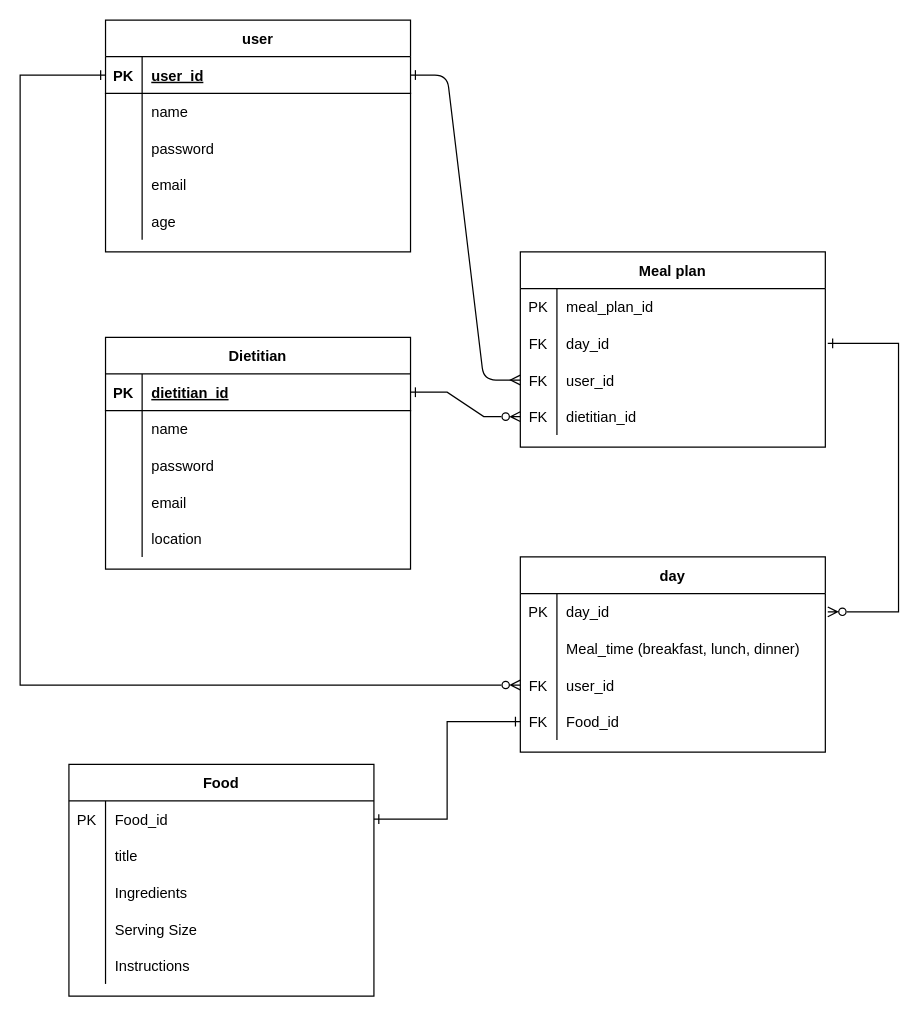
Earlier version of the draw.io diagram Recipe_api.drawio (BenDavies1218/BenjaminDavies_T2A2). Source tidied: cells renumbered, new cells numbered last; positions are measured from the earlier drawing's top-left corner, leaving out a move shared by most shapes. Both pictures are drawn from the tidied source at 122%, with x=0, y=0 at pixel (20, 20).
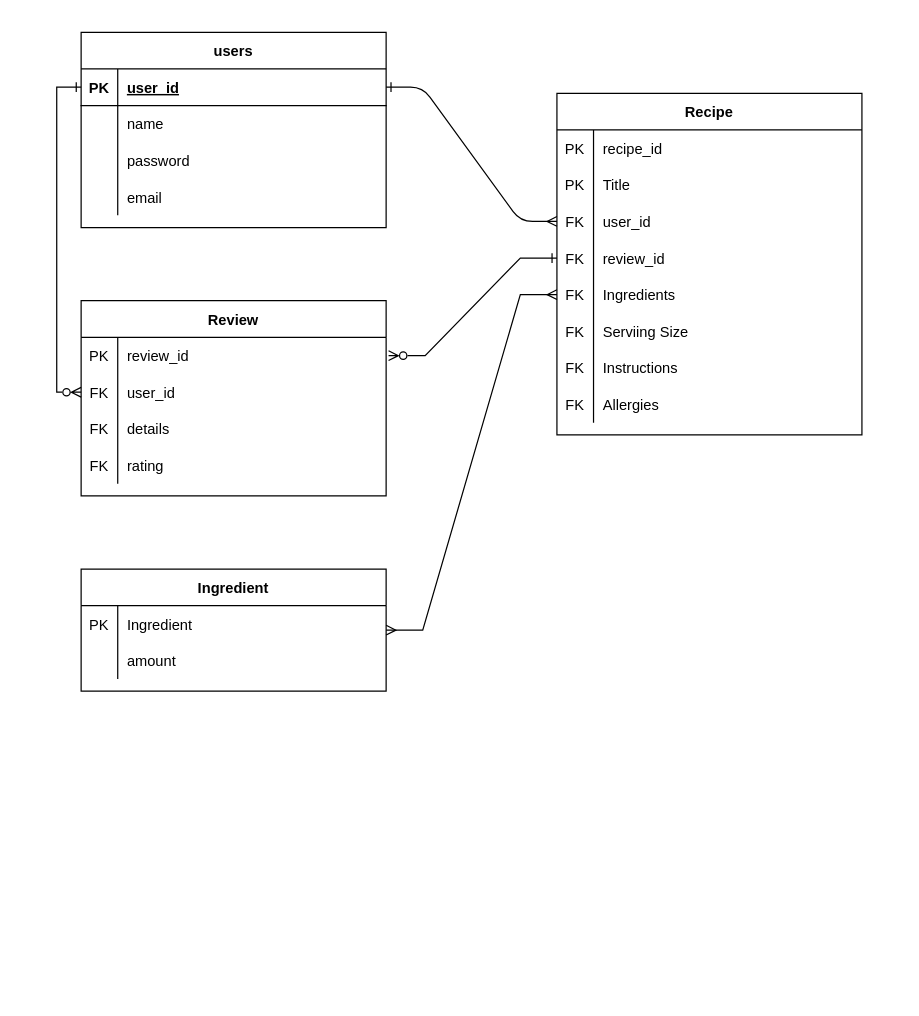
Above is the later version.

The change refers to these unchanged cells:
```xml
<mxCell id="4" style="shape=partialRectangle;fillColor=none;top=0;left=0;right=0;bottom=0;perimeterSpacing=2;" parent="3" vertex="1">
  <mxGeometry y="30" width="250" height="30" as="geometry" />
</mxCell>
<mxCell id="7" style="shape=partialRectangle;fillColor=none;points=[[0,0.5],[1,0.5]];portConstraint=eastwest;top=0;left=0;right=0;bottom=0;perimeterSpacing=2;" parent="3" vertex="1">
  <mxGeometry y="60" width="250" height="30" as="geometry" />
</mxCell>
<mxCell id="17" style="shape=partialRectangle;fillColor=none;points=[[0,0.5],[1,0.5]];portConstraint=eastwest;top=0;left=0;right=0;bottom=1;" parent="16" vertex="1">
  <mxGeometry y="30" width="250" height="30" as="geometry" />
</mxCell>
<mxCell id="50" style="shape=partialRectangle;fillColor=none;points=[[0,0.5],[1,0.5]];portConstraint=eastwest;top=0;left=0;right=0;bottom=0;" parent="49" vertex="1">
  <mxGeometry y="30" width="250" height="30" as="geometry" />
</mxCell>
<mxCell id="53" style="shape=partialRectangle;fillColor=none;top=0;left=0;right=0;bottom=0;" parent="49" vertex="1">
  <mxGeometry y="60" width="250" height="30" as="geometry" />
</mxCell>
```

What changed in the source:
```diff
@@
-    <mxCell id="3" value="Meal plan" style="shape=table;startSize=30;childLayout=tableLayout;rowLines=0;fontStyle=1;align=center;" parent="1" vertex="1">
-      <mxGeometry x="410" y="190" width="250" height="160" as="geometry" />
+    <mxCell id="3" value="Recipe" style="shape=table;startSize=30;childLayout=tableLayout;rowLines=0;fontStyle=1;align=center;" parent="1" vertex="1">
+      <mxGeometry x="440" y="60" width="250" height="280" as="geometry" />
     </mxCell>
@@
-    <mxCell id="6" value="meal_plan_id" style="shape=partialRectangle;overflow=hidden;fillColor=none;top=0;left=0;bottom=0;right=0;align=left;spacingLeft=6;" parent="4" vertex="1">
+    <mxCell id="6" value="recipe_id" style="shape=partialRectangle;overflow=hidden;fillColor=none;top=0;left=0;bottom=0;right=0;align=left;spacingLeft=6;" parent="4" vertex="1">
       <mxGeometry x="30" width="220" height="30" as="geometry" />
     </mxCell>
@@
-    <mxCell id="8" value="FK" style="shape=partialRectangle;overflow=hidden;fillColor=none;top=0;left=0;bottom=0;right=0;" parent="7" vertex="1">
-      <mxGeometry width="30" height="30" as="geometry" />
-    </mxCell>
-    <mxCell id="9" value="day_id" style="shape=partialRectangle;overflow=hidden;fillColor=none;top=0;left=0;bottom=0;right=0;align=left;spacingLeft=6;" parent="7" vertex="1">
-      <mxGeometry x="30" width="220" height="30" as="geometry" />
-    </mxCell>
+    <mxCell id="81" value="PK" style="shape=partialRectangle;overflow=hidden;fillColor=none;top=0;left=0;bottom=0;right=0;" parent="7" vertex="1">
+      <mxGeometry width="30" height="30" as="geometry" />
+    </mxCell>
+    <mxCell id="82" value="Title" style="shape=partialRectangle;overflow=hidden;fillColor=none;top=0;left=0;bottom=0;right=0;align=left;spacingLeft=6;" parent="7" vertex="1">
+      <mxGeometry x="30" width="220" height="30" as="geometry" />
+    </mxCell>
@@
-    <mxCell id="13" style="shape=partialRectangle;fillColor=none;points=[[0,0.5],[1,0.5]];portConstraint=eastwest;top=0;left=0;right=0;bottom=0;" parent="3" vertex="1">
-      <mxGeometry y="120" width="250" height="30" as="geometry" />
-    </mxCell>
-    <mxCell id="14" value="FK" style="shape=partialRectangle;overflow=hidden;fillColor=none;top=0;left=0;bottom=0;right=0;" parent="13" vertex="1">
-      <mxGeometry width="30" height="30" as="geometry" />
-    </mxCell>
-    <mxCell id="15" value="dietitian_id" style="shape=partialRectangle;overflow=hidden;fillColor=none;top=0;left=0;bottom=0;right=0;align=left;spacingLeft=6;" parent="13" vertex="1">
-      <mxGeometry x="30" width="220" height="30" as="geometry" />
-    </mxCell>
+    <mxCell id="83" style="shape=partialRectangle;fillColor=none;points=[[0,0.5],[1,0.5]];portConstraint=eastwest;top=0;left=0;right=0;bottom=0;" parent="3" vertex="1">
+      <mxGeometry y="120" width="250" height="30" as="geometry" />
+    </mxCell>
+    <mxCell id="84" value="FK" style="shape=partialRectangle;overflow=hidden;fillColor=none;top=0;left=0;bottom=0;right=0;" parent="83" vertex="1">
+      <mxGeometry width="30" height="30" as="geometry" />
+    </mxCell>
+    <mxCell id="85" value="review_id" style="shape=partialRectangle;overflow=hidden;fillColor=none;top=0;left=0;bottom=0;right=0;align=left;spacingLeft=6;" parent="83" vertex="1">
+      <mxGeometry x="30" width="220" height="30" as="geometry" />
+    </mxCell>
+    <mxCell id="86" style="shape=partialRectangle;fillColor=none;points=[[0,0.5],[1,0.5]];portConstraint=eastwest;top=0;left=0;right=0;bottom=0;" parent="3" vertex="1">
+      <mxGeometry y="150" width="250" height="30" as="geometry" />
+    </mxCell>
+    <mxCell id="87" value="FK" style="shape=partialRectangle;overflow=hidden;fillColor=none;top=0;left=0;bottom=0;right=0;" parent="86" vertex="1">
+      <mxGeometry width="30" height="30" as="geometry" />
+    </mxCell>
+    <mxCell id="58" value="Ingredients" style="shape=partialRectangle;overflow=hidden;fillColor=none;top=0;left=0;bottom=0;right=0;align=left;spacingLeft=6;" parent="86" vertex="1">
+      <mxGeometry x="30" width="220" height="30" as="geometry" />
+    </mxCell>
+    <mxCell id="88" style="shape=partialRectangle;fillColor=none;top=0;left=0;right=0;bottom=0;" parent="3" vertex="1">
+      <mxGeometry y="180" width="250" height="30" as="geometry" />
+    </mxCell>
+    <mxCell id="89" value="FK" style="shape=partialRectangle;overflow=hidden;fillColor=none;top=0;left=0;bottom=0;right=0;" parent="88" vertex="1">
+      <mxGeometry width="30" height="30" as="geometry" />
+    </mxCell>
+    <mxCell id="90" value="Serviing Size" style="shape=partialRectangle;overflow=hidden;fillColor=none;top=0;left=0;bottom=0;right=0;align=left;spacingLeft=6;" parent="88" vertex="1">
+      <mxGeometry x="30" width="220" height="30" as="geometry" />
+    </mxCell>
+    <mxCell id="91" style="shape=partialRectangle;fillColor=none;top=0;left=0;right=0;bottom=0;" parent="3" vertex="1">
+      <mxGeometry y="210" width="250" height="30" as="geometry" />
+    </mxCell>
+    <mxCell id="92" value="FK" style="shape=partialRectangle;overflow=hidden;fillColor=none;top=0;left=0;bottom=0;right=0;" parent="91" vertex="1">
+      <mxGeometry width="30" height="30" as="geometry" />
+    </mxCell>
+    <mxCell id="64" value="Instructions" style="shape=partialRectangle;overflow=hidden;fillColor=none;top=0;left=0;bottom=0;right=0;align=left;spacingLeft=6;" parent="91" vertex="1">
+      <mxGeometry x="30" width="220" height="30" as="geometry" />
+    </mxCell>
+    <mxCell id="93" style="shape=partialRectangle;fillColor=none;top=0;left=0;right=0;bottom=0;" parent="3" vertex="1">
+      <mxGeometry y="240" width="250" height="30" as="geometry" />
+    </mxCell>
+    <mxCell id="94" value="FK" style="shape=partialRectangle;overflow=hidden;fillColor=none;top=0;left=0;bottom=0;right=0;" parent="93" vertex="1">
+      <mxGeometry width="30" height="30" as="geometry" />
+    </mxCell>
+    <mxCell id="95" value="Allergies" style="shape=partialRectangle;overflow=hidden;fillColor=none;top=0;left=0;bottom=0;right=0;align=left;spacingLeft=6;" parent="93" vertex="1">
+      <mxGeometry x="30" width="220" height="30" as="geometry" />
+    </mxCell>
-    <mxCell id="16" value="user" style="shape=table;startSize=30;childLayout=tableLayout;rowLines=0;fontStyle=1;align=center;" parent="1" vertex="1">
-      <mxGeometry x="70" width="250" height="190" as="geometry" />
+    <mxCell id="16" value="users" style="shape=table;startSize=30;childLayout=tableLayout;rowLines=0;fontStyle=1;align=center;" parent="1" vertex="1">
+      <mxGeometry x="50" y="10" width="250" height="160" as="geometry" />
     </mxCell>
@@
-    <mxCell id="29" style="shape=partialRectangle;fillColor=none;top=0;left=0;right=0;bottom=0;" parent="16" vertex="1">
-      <mxGeometry y="150" width="250" height="30" as="geometry" />
-    </mxCell>
-    <mxCell id="30" style="shape=partialRectangle;overflow=hidden;fillColor=none;top=0;left=0;bottom=0;right=0;" parent="29" vertex="1">
-      <mxGeometry width="30" height="30" as="geometry" />
-    </mxCell>
-    <mxCell id="31" value="age" style="shape=partialRectangle;overflow=hidden;fillColor=none;top=0;left=0;bottom=0;right=0;align=left;spacingLeft=6;" parent="29" vertex="1">
-      <mxGeometry x="30" width="220" height="30" as="geometry" />
-    </mxCell>
-    <mxCell id="32" value="Dietitian" style="shape=table;startSize=30;childLayout=tableLayout;rowLines=0;fontStyle=1;align=center;" parent="1" vertex="1">
-      <mxGeometry x="70" y="260" width="250" height="190" as="geometry" />
-    </mxCell>
-    <mxCell id="33" style="shape=partialRectangle;fillColor=none;points=[[0,0.5],[1,0.5]];portConstraint=eastwest;top=0;left=0;right=0;bottom=1;" parent="32" vertex="1">
-      <mxGeometry y="30" width="250" height="30" as="geometry" />
-    </mxCell>
-    <mxCell id="34" value="PK" style="shape=partialRectangle;overflow=hidden;fillColor=none;top=0;left=0;bottom=0;right=0;fontStyle=1;" parent="33" vertex="1">
-      <mxGeometry width="30" height="30" as="geometry" />
-    </mxCell>
-    <mxCell id="35" value="dietitian_id" style="shape=partialRectangle;overflow=hidden;fillColor=none;top=0;left=0;bottom=0;right=0;align=left;spacingLeft=6;fontStyle=5;" parent="33" vertex="1">
-      <mxGeometry x="30" width="220" height="30" as="geometry" />
-    </mxCell>
-    <mxCell id="36" style="shape=partialRectangle;fillColor=none;top=0;left=0;right=0;bottom=0;" parent="32" vertex="1">
-      <mxGeometry y="60" width="250" height="30" as="geometry" />
-    </mxCell>
-    <mxCell id="37" style="shape=partialRectangle;overflow=hidden;fillColor=none;top=0;left=0;bottom=0;right=0;" parent="36" vertex="1">
-      <mxGeometry width="30" height="30" as="geometry" />
-    </mxCell>
-    <mxCell id="38" value="name" style="shape=partialRectangle;overflow=hidden;fillColor=none;top=0;left=0;bottom=0;right=0;align=left;spacingLeft=6;" parent="36" vertex="1">
-      <mxGeometry x="30" width="220" height="30" as="geometry" />
-    </mxCell>
-    <mxCell id="39" style="shape=partialRectangle;fillColor=none;top=0;left=0;right=0;bottom=0;" parent="32" vertex="1">
-      <mxGeometry y="90" width="250" height="30" as="geometry" />
-    </mxCell>
-    <mxCell id="40" style="shape=partialRectangle;overflow=hidden;fillColor=none;top=0;left=0;bottom=0;right=0;" parent="39" vertex="1">
-      <mxGeometry width="30" height="30" as="geometry" />
-    </mxCell>
-    <mxCell id="41" value="password" style="shape=partialRectangle;overflow=hidden;fillColor=none;top=0;left=0;bottom=0;right=0;align=left;spacingLeft=6;" parent="39" vertex="1">
-      <mxGeometry x="30" width="220" height="30" as="geometry" />
-    </mxCell>
-    <mxCell id="42" style="shape=partialRectangle;fillColor=none;top=0;left=0;right=0;bottom=0;" parent="32" vertex="1">
-      <mxGeometry y="120" width="250" height="30" as="geometry" />
-    </mxCell>
-    <mxCell id="43" style="shape=partialRectangle;overflow=hidden;fillColor=none;top=0;left=0;bottom=0;right=0;" parent="42" vertex="1">
-      <mxGeometry width="30" height="30" as="geometry" />
-    </mxCell>
-    <mxCell id="44" value="email" style="shape=partialRectangle;overflow=hidden;fillColor=none;top=0;left=0;bottom=0;right=0;align=left;spacingLeft=6;" parent="42" vertex="1">
-      <mxGeometry x="30" width="220" height="30" as="geometry" />
-    </mxCell>
-    <mxCell id="45" style="shape=partialRectangle;fillColor=none;top=0;left=0;right=0;bottom=0;" parent="32" vertex="1">
-      <mxGeometry y="150" width="250" height="30" as="geometry" />
-    </mxCell>
-    <mxCell id="46" style="shape=partialRectangle;overflow=hidden;fillColor=none;top=0;left=0;bottom=0;right=0;" parent="45" vertex="1">
-      <mxGeometry width="30" height="30" as="geometry" />
-    </mxCell>
-    <mxCell id="47" value="location" style="shape=partialRectangle;overflow=hidden;fillColor=none;top=0;left=0;bottom=0;right=0;align=left;spacingLeft=6;" parent="45" vertex="1">
-      <mxGeometry x="30" width="220" height="30" as="geometry" />
-    </mxCell>
-    <mxCell id="48" style="edgeStyle=entityRelationEdgeStyle;rounded=0;jettySize=auto;html=1;entryX=0;entryY=0.5;entryDx=0;entryDy=0;startArrow=ERone;startFill=0;endArrow=ERzeroToMany;endFill=0;" parent="1" edge="1" source="33" target="13">
-      <mxGeometry relative="1" as="geometry" />
-    </mxCell>
+    <mxCell id="96" style="edgeStyle=entityRelationEdgeStyle;rounded=0;jettySize=auto;html=1;entryX=0;entryY=0.5;entryDx=0;entryDy=0;startArrow=ERmany;startFill=0;endArrow=ERmany;endFill=0;" parent="1" edge="1" source="49" target="86">
+      <mxGeometry relative="1" as="geometry" />
+    </mxCell>
-    <mxCell id="49" value="Food" style="shape=table;startSize=30;childLayout=tableLayout;rowLines=0;fontStyle=1;align=center;" parent="1" vertex="1">
-      <mxGeometry x="40" y="610" width="250" height="190" as="geometry" />
+    <mxCell id="49" value="Ingredient" style="shape=table;startSize=30;childLayout=tableLayout;rowLines=0;fontStyle=1;align=center;" parent="1" vertex="1">
+      <mxGeometry x="50" y="450" width="250" height="100" as="geometry" />
     </mxCell>
@@
-    <mxCell id="52" value="Food_id" style="shape=partialRectangle;overflow=hidden;fillColor=none;top=0;left=0;bottom=0;right=0;align=left;spacingLeft=6;" parent="50" vertex="1">
+    <mxCell id="52" value="Ingredient" style="shape=partialRectangle;overflow=hidden;fillColor=none;top=0;left=0;bottom=0;right=0;align=left;spacingLeft=6;" parent="50" vertex="1">
       <mxGeometry x="30" width="220" height="30" as="geometry" />
     </mxCell>
@@
-    <mxCell id="55" value="title" style="shape=partialRectangle;overflow=hidden;fillColor=none;top=0;left=0;bottom=0;right=0;align=left;spacingLeft=6;" parent="53" vertex="1">
+    <mxCell id="55" value="amount" style="shape=partialRectangle;overflow=hidden;fillColor=none;top=0;left=0;bottom=0;right=0;align=left;spacingLeft=6;" parent="53" vertex="1">
       <mxGeometry x="30" width="220" height="30" as="geometry" />
     </mxCell>
-    <mxCell id="56" style="shape=partialRectangle;fillColor=none;top=0;left=0;right=0;bottom=0;" parent="49" vertex="1">
-      <mxGeometry y="90" width="250" height="30" as="geometry" />
-    </mxCell>
-    <mxCell id="57" style="shape=partialRectangle;overflow=hidden;fillColor=none;top=0;left=0;bottom=0;right=0;" parent="56" vertex="1">
-      <mxGeometry width="30" height="30" as="geometry" />
-    </mxCell>
-    <mxCell id="58" value="Ingredients" style="shape=partialRectangle;overflow=hidden;fillColor=none;top=0;left=0;bottom=0;right=0;align=left;spacingLeft=6;" parent="56" vertex="1">
-      <mxGeometry x="30" width="220" height="30" as="geometry" />
-    </mxCell>
-    <mxCell id="59" style="shape=partialRectangle;fillColor=none;top=0;left=0;right=0;bottom=0;" parent="49" vertex="1">
-      <mxGeometry y="120" width="250" height="30" as="geometry" />
-    </mxCell>
-    <mxCell id="60" style="shape=partialRectangle;overflow=hidden;fillColor=none;top=0;left=0;bottom=0;right=0;" parent="59" vertex="1">
-      <mxGeometry width="30" height="30" as="geometry" />
-    </mxCell>
-    <mxCell id="61" value="Serving Size" style="shape=partialRectangle;overflow=hidden;fillColor=none;top=0;left=0;bottom=0;right=0;align=left;spacingLeft=6;" parent="59" vertex="1">
-      <mxGeometry x="30" width="220" height="30" as="geometry" />
-    </mxCell>
-    <mxCell id="62" style="shape=partialRectangle;fillColor=none;top=0;left=0;right=0;bottom=0;" parent="49" vertex="1">
-      <mxGeometry y="150" width="250" height="30" as="geometry" />
-    </mxCell>
-    <mxCell id="63" style="shape=partialRectangle;overflow=hidden;fillColor=none;top=0;left=0;bottom=0;right=0;" parent="62" vertex="1">
-      <mxGeometry width="30" height="30" as="geometry" />
-    </mxCell>
-    <mxCell id="64" value="Instructions" style="shape=partialRectangle;overflow=hidden;fillColor=none;top=0;left=0;bottom=0;right=0;align=left;spacingLeft=6;" parent="62" vertex="1">
-      <mxGeometry x="30" width="220" height="30" as="geometry" />
-    </mxCell>
-    <mxCell id="65" value="day" style="shape=table;startSize=30;childLayout=tableLayout;rowLines=0;fontStyle=1;align=center;" parent="1" vertex="1">
-      <mxGeometry x="410" y="440" width="250" height="160" as="geometry" />
-    </mxCell>
+    <mxCell id="97" value="Review" style="shape=table;startSize=30;childLayout=tableLayout;rowLines=0;fontStyle=1;align=center;" parent="1" vertex="1">
+      <mxGeometry x="50" y="230" width="250" height="160" as="geometry" />
+    </mxCell>
-    <mxCell id="66" style="shape=partialRectangle;fillColor=none;points=[[0,0.5],[1,0.5]];portConstraint=eastwest;top=0;left=0;right=0;bottom=0;perimeterSpacing=2;" parent="65" vertex="1">
+    <mxCell id="66" style="shape=partialRectangle;fillColor=none;points=[[0,0.5],[1,0.5]];portConstraint=eastwest;top=0;left=0;right=0;bottom=0;perimeterSpacing=2;" parent="97" vertex="1">
       <mxGeometry y="30" width="250" height="30" as="geometry" />
     </mxCell>
-    <mxCell id="67" value="PK" style="shape=partialRectangle;overflow=hidden;fillColor=none;top=0;left=0;bottom=0;right=0;" parent="66" vertex="1">
-      <mxGeometry width="30" height="30" as="geometry" />
-    </mxCell>
-    <mxCell id="68" value="day_id" style="shape=partialRectangle;overflow=hidden;fillColor=none;top=0;left=0;bottom=0;right=0;align=left;spacingLeft=6;" parent="66" vertex="1">
-      <mxGeometry x="30" width="220" height="30" as="geometry" />
-    </mxCell>
-    <mxCell id="69" style="shape=partialRectangle;fillColor=none;top=0;left=0;right=0;bottom=0;" parent="65" vertex="1">
-      <mxGeometry y="60" width="250" height="30" as="geometry" />
-    </mxCell>
-    <mxCell id="70" style="shape=partialRectangle;overflow=hidden;fillColor=none;top=0;left=0;bottom=0;right=0;" parent="69" vertex="1">
-      <mxGeometry width="30" height="30" as="geometry" />
-    </mxCell>
-    <mxCell id="71" value="Meal_time (breakfast, lunch, dinner)" style="shape=partialRectangle;overflow=hidden;fillColor=none;top=0;left=0;bottom=0;right=0;align=left;spacingLeft=6;" parent="69" vertex="1">
-      <mxGeometry x="30" width="220" height="30" as="geometry" />
-    </mxCell>
-    <mxCell id="72" style="shape=partialRectangle;fillColor=none;points=[[0,0.5],[1,0.5]];portConstraint=eastwest;top=0;left=0;right=0;bottom=0;" parent="65" vertex="1">
-      <mxGeometry y="90" width="250" height="30" as="geometry" />
-    </mxCell>
-    <mxCell id="73" value="FK" style="shape=partialRectangle;overflow=hidden;fillColor=none;top=0;left=0;bottom=0;right=0;" parent="72" vertex="1">
-      <mxGeometry width="30" height="30" as="geometry" />
-    </mxCell>
+    <mxCell id="98" value="PK" style="shape=partialRectangle;overflow=hidden;fillColor=none;top=0;left=0;bottom=0;right=0;" parent="66" vertex="1">
+      <mxGeometry width="30" height="30" as="geometry" />
+    </mxCell>
+    <mxCell id="99" value="review_id" style="shape=partialRectangle;overflow=hidden;fillColor=none;top=0;left=0;bottom=0;right=0;align=left;spacingLeft=6;" parent="66" vertex="1">
+      <mxGeometry x="30" width="220" height="30" as="geometry" />
+    </mxCell>
+    <mxCell id="100" style="shape=partialRectangle;fillColor=none;points=[[0,0.5],[1,0.5]];portConstraint=eastwest;top=0;left=0;right=0;bottom=0;" parent="97" vertex="1">
+      <mxGeometry y="60" width="250" height="30" as="geometry" />
+    </mxCell>
+    <mxCell id="101" value="FK" style="shape=partialRectangle;overflow=hidden;fillColor=none;top=0;left=0;bottom=0;right=0;" parent="100" vertex="1">
+      <mxGeometry width="30" height="30" as="geometry" />
+    </mxCell>
-    <mxCell id="74" value="user_id" style="shape=partialRectangle;overflow=hidden;fillColor=none;top=0;left=0;bottom=0;right=0;align=left;spacingLeft=6;" parent="72" vertex="1">
+    <mxCell id="74" value="user_id" style="shape=partialRectangle;overflow=hidden;fillColor=none;top=0;left=0;bottom=0;right=0;align=left;spacingLeft=6;" parent="100" vertex="1">
       <mxGeometry x="30" width="220" height="30" as="geometry" />
     </mxCell>
-    <mxCell id="75" style="shape=partialRectangle;fillColor=none;points=[[0,0.5],[1,0.5]];portConstraint=eastwest;top=0;left=0;right=0;bottom=0;" parent="65" vertex="1">
-      <mxGeometry y="120" width="250" height="30" as="geometry" />
-    </mxCell>
-    <mxCell id="76" value="FK" style="shape=partialRectangle;overflow=hidden;fillColor=none;top=0;left=0;bottom=0;right=0;" parent="75" vertex="1">
-      <mxGeometry width="30" height="30" as="geometry" />
-    </mxCell>
-    <mxCell id="77" value="Food_id" style="shape=partialRectangle;overflow=hidden;fillColor=none;top=0;left=0;bottom=0;right=0;align=left;spacingLeft=6;" parent="75" vertex="1">
-      <mxGeometry x="30" width="220" height="30" as="geometry" />
-    </mxCell>
-    <mxCell id="78" style="edgeStyle=orthogonalEdgeStyle;rounded=0;jettySize=auto;html=1;entryX=1;entryY=0.5;entryDx=0;entryDy=0;endArrow=ERone;endFill=0;startArrow=ERone;startFill=0;exitX=0;exitY=0.5;exitDx=0;exitDy=0;" parent="1" edge="1" source="75" target="50">
-      <mxGeometry relative="1" as="geometry" />
-    </mxCell>
-    <mxCell id="79" style="edgeStyle=orthogonalEdgeStyle;rounded=0;jettySize=auto;html=1;entryX=1;entryY=0.5;entryDx=0;entryDy=0;startArrow=ERone;startFill=0;endArrow=ERzeroToMany;endFill=0;" parent="1" edge="1" source="7" target="66">
-      <mxGeometry relative="1" as="geometry">
-        <Array as="points">
-          <mxPoint x="720" y="265" />
-          <mxPoint x="720" y="485" />
-        </Array>
-      </mxGeometry>
-    </mxCell>
-    <mxCell id="80" style="edgeStyle=orthogonalEdgeStyle;rounded=0;jettySize=auto;html=1;entryX=0;entryY=0.5;entryDx=0;entryDy=0;startArrow=ERone;startFill=0;endArrow=ERzeroToMany;endFill=0;" parent="1" edge="1" source="17" target="72">
-      <mxGeometry relative="1" as="geometry">
-        <Array as="points">
-          <mxPoint y="45" />
-          <mxPoint y="545" />
-        </Array>
-      </mxGeometry>
-    </mxCell>
+    <mxCell id="102" style="shape=partialRectangle;fillColor=none;top=0;left=0;right=0;bottom=0;" parent="97" vertex="1">
+      <mxGeometry y="90" width="250" height="30" as="geometry" />
+    </mxCell>
+    <mxCell id="103" value="FK" style="shape=partialRectangle;overflow=hidden;fillColor=none;top=0;left=0;bottom=0;right=0;" parent="102" vertex="1">
+      <mxGeometry width="30" height="30" as="geometry" />
+    </mxCell>
+    <mxCell id="104" value="details" style="shape=partialRectangle;overflow=hidden;fillColor=none;top=0;left=0;bottom=0;right=0;align=left;spacingLeft=6;" parent="102" vertex="1">
+      <mxGeometry x="30" width="220" height="30" as="geometry" />
+    </mxCell>
+    <mxCell id="105" style="shape=partialRectangle;fillColor=none;top=0;left=0;right=0;bottom=0;" parent="97" vertex="1">
+      <mxGeometry y="120" width="250" height="30" as="geometry" />
+    </mxCell>
+    <mxCell id="106" value="FK" style="shape=partialRectangle;overflow=hidden;fillColor=none;top=0;left=0;bottom=0;right=0;" parent="105" vertex="1">
+      <mxGeometry width="30" height="30" as="geometry" />
+    </mxCell>
+    <mxCell id="107" value="rating " style="shape=partialRectangle;overflow=hidden;fillColor=none;top=0;left=0;bottom=0;right=0;align=left;spacingLeft=6;" parent="105" vertex="1">
+      <mxGeometry x="30" width="220" height="30" as="geometry" />
+    </mxCell>
+    <mxCell id="108" style="edgeStyle=entityRelationEdgeStyle;rounded=0;jettySize=auto;html=1;exitX=0;exitY=0.5;exitDx=0;exitDy=0;entryX=1;entryY=0.5;entryDx=0;entryDy=0;startArrow=ERone;startFill=0;endArrow=ERzeroToMany;endFill=0;" parent="1" edge="1" source="83" target="66">
+      <mxGeometry relative="1" as="geometry" />
+    </mxCell>
+    <mxCell id="109" style="edgeStyle=orthogonalEdgeStyle;rounded=0;jettySize=auto;html=1;entryX=0;entryY=0.5;entryDx=0;entryDy=0;startArrow=ERone;startFill=0;endArrow=ERzeroToMany;endFill=0;" parent="1" edge="1" source="17" target="100">
+      <mxGeometry relative="1" as="geometry" />
+    </mxCell>
```
